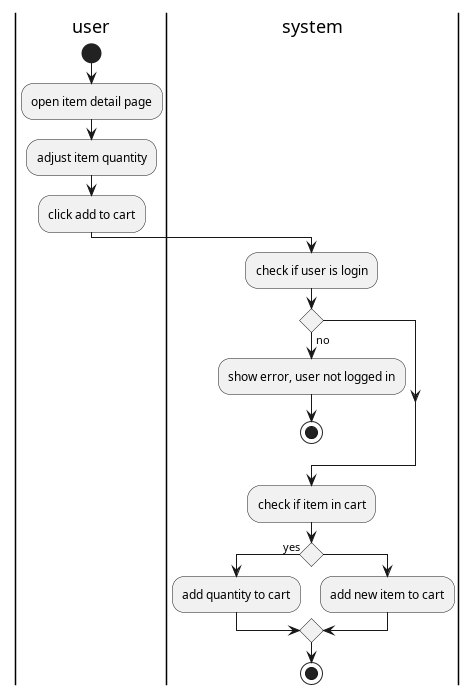
The PlantUML diagram thesis/latex/diagram/activity diagram/13. cart/add to cart/add to cart.png in aldihsuhandi/skripsi-2023, before a commit. Source of this version:
```plantuml
@startuml add to cart

|user|
start
:open item detail page;
:adjust item quantity;
:click add to cart;
|system|
:check if user is login;
if() then (no)
:show error, user not logged in;
stop
endif

:check if item in cart;
if() then (yes)
:add quantity to cart;
else
:add new item to cart;
endif
stop

@enduml
```
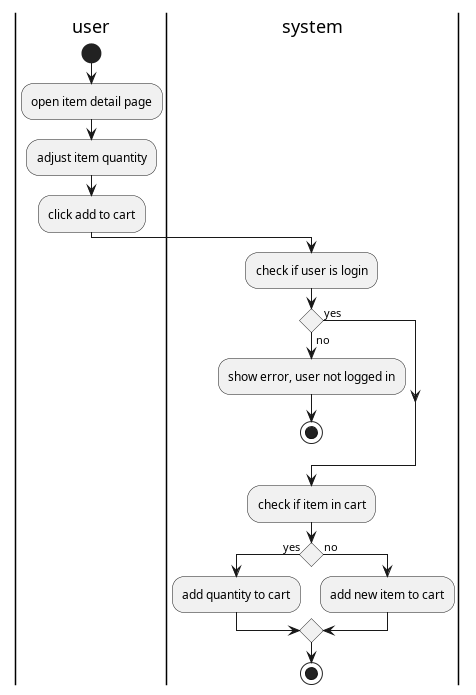
The same diagram one commit later.

The edit, as a diff of the source:
```diff
@@ -10,12 +10,13 @@
 if() then (no)
 :show error, user not logged in;
 stop
+else (yes)
 endif
 
 :check if item in cart;
 if() then (yes)
 :add quantity to cart;
-else
+else (no)
 :add new item to cart;
 endif
 stop
```
